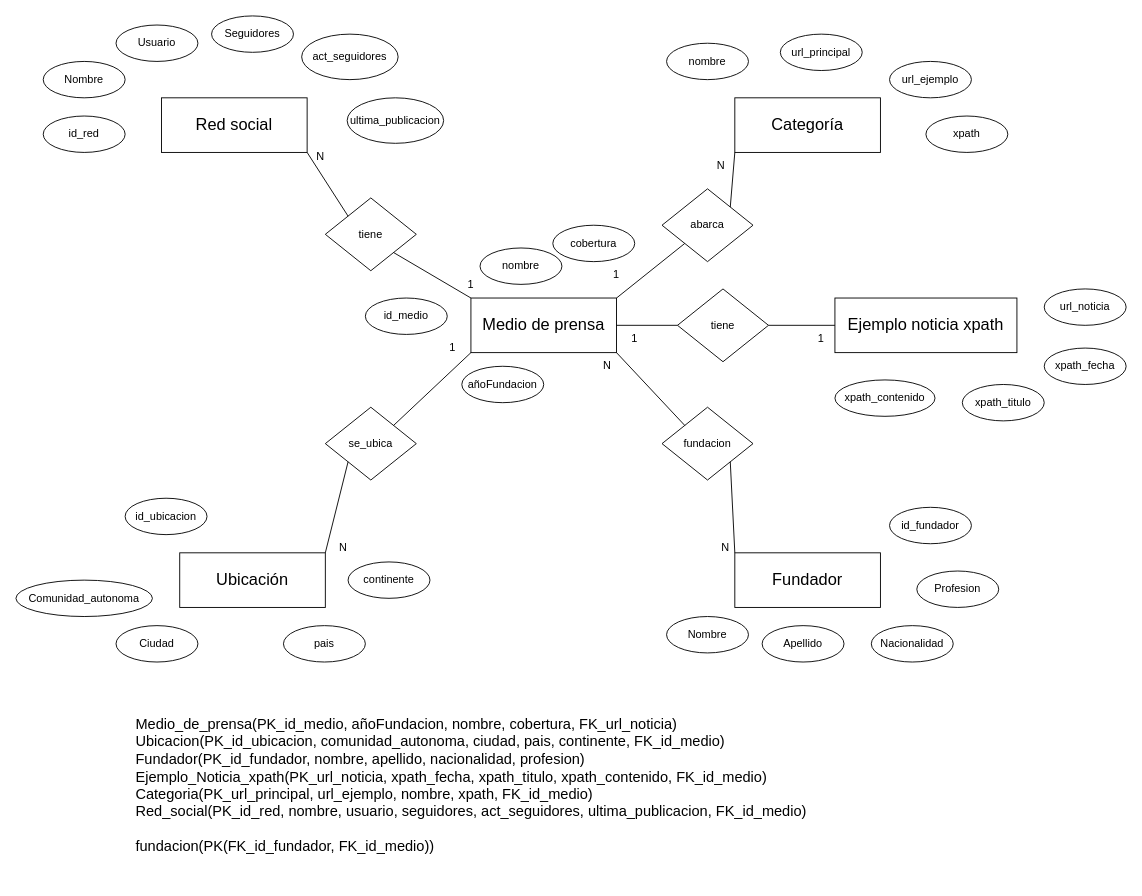
Before: Parte_A/Diagrama entidad-relacion.drawio in LuisPa197/INFO133-equipo01, a draw.io diagram. Source tidied: cells renumbered, new cells numbered last; positions are measured from the earlier drawing's top-left corner, leaving out a move shared by most shapes. Both pictures are drawn from the tidied source at 91%, with x=0, y=0 at pixel (15, 15).
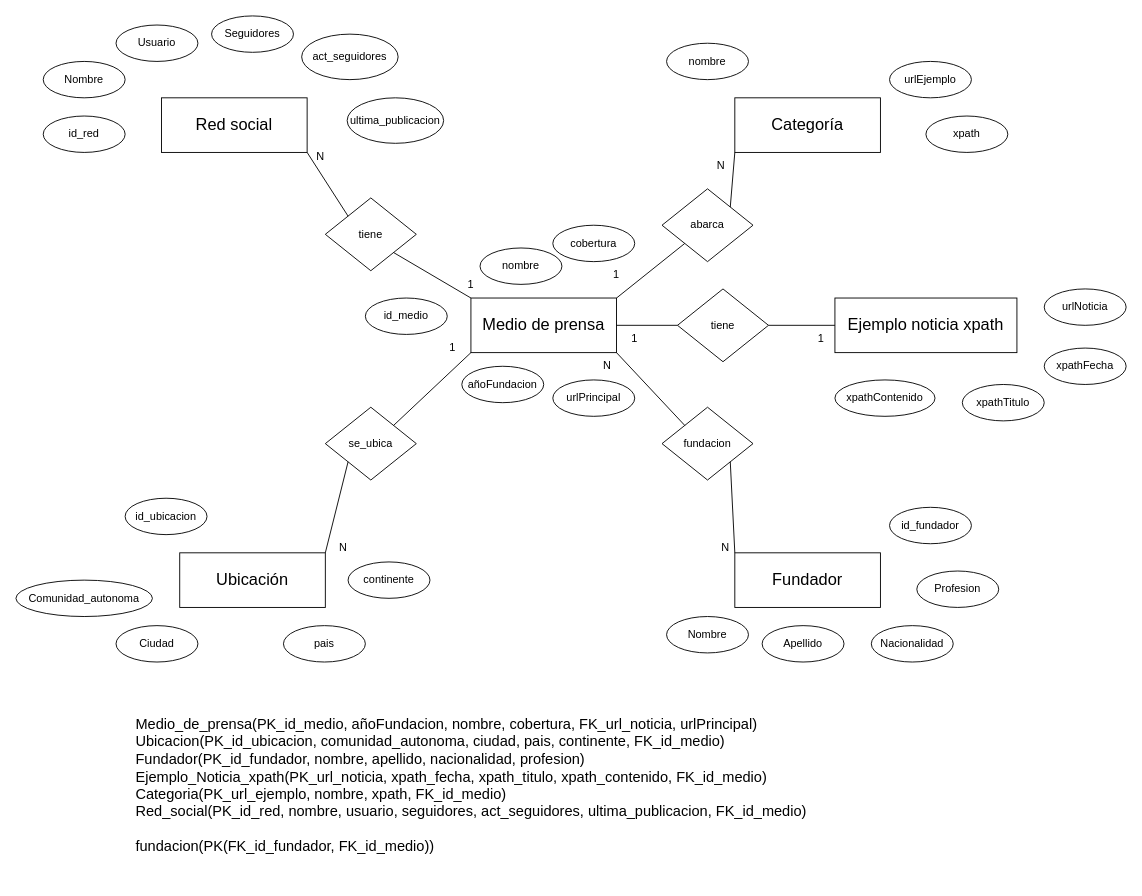
After the change.

What changed in the source:
```diff
@@
-    <mxCell id="26" value="url_principal" style="ellipse;whiteSpace=wrap;html=1;" parent="1" vertex="1">
-      <mxGeometry x="840" y="20" width="90" height="40" as="geometry" />
+    <mxCell id="26" value="urlPrincipal" style="ellipse;whiteSpace=wrap;html=1;" parent="1" vertex="1">
+      <mxGeometry x="590" y="400" width="90" height="40" as="geometry" />
     </mxCell>
-    <mxCell id="27" value="url_ejemplo" style="ellipse;whiteSpace=wrap;html=1;" parent="1" vertex="1">
+    <mxCell id="27" value="urlEjemplo" style="ellipse;whiteSpace=wrap;html=1;" parent="1" vertex="1">
       <mxGeometry x="960" y="50" width="90" height="40" as="geometry" />
     </mxCell>
@@
-    <mxCell id="47" value="url_noticia" style="ellipse;whiteSpace=wrap;html=1;" parent="1" vertex="1">
+    <mxCell id="47" value="urlNoticia" style="ellipse;whiteSpace=wrap;html=1;" parent="1" vertex="1">
       <mxGeometry x="1130" y="300" width="90" height="40" as="geometry" />
     </mxCell>
-    <mxCell id="48" value="xpath_fecha" style="ellipse;whiteSpace=wrap;html=1;" parent="1" vertex="1">
+    <mxCell id="48" value="xpathFecha" style="ellipse;whiteSpace=wrap;html=1;" parent="1" vertex="1">
       <mxGeometry x="1130" y="365" width="90" height="40" as="geometry" />
     </mxCell>
-    <mxCell id="49" value="xpath_titulo" style="ellipse;whiteSpace=wrap;html=1;" parent="1" vertex="1">
+    <mxCell id="49" value="xpathTitulo" style="ellipse;whiteSpace=wrap;html=1;" parent="1" vertex="1">
       <mxGeometry x="1040" y="405" width="90" height="40" as="geometry" />
     </mxCell>
-    <mxCell id="50" value="xpath_contenido" style="ellipse;whiteSpace=wrap;html=1;" parent="1" vertex="1">
+    <mxCell id="50" value="xpathContenido" style="ellipse;whiteSpace=wrap;html=1;" parent="1" vertex="1">
       <mxGeometry x="900" y="400" width="110" height="40" as="geometry" />
     </mxCell>
@@
-    <mxCell id="61" value="&lt;div style=&quot;text-align: left;&quot;&gt;&lt;span style=&quot;font-size: medium; background-color: initial;&quot;&gt;Medio_de_prensa(PK_id_medio, añoFundacion, nombre, cobertura, FK_url_noticia)&lt;/span&gt;&lt;/div&gt;&lt;font size=&quot;3&quot;&gt;&lt;div style=&quot;text-align: left;&quot;&gt;&lt;span style=&quot;background-color: initial;&quot;&gt;Ubicacion(PK_id_ubicacion, comunidad_autonoma, ciudad, pais, continente, FK_id_medio)&lt;/span&gt;&lt;/div&gt;&lt;div style=&quot;text-align: left;&quot;&gt;&lt;span style=&quot;background-color: initial;&quot;&gt;Fundador(PK_id_fundador, nombre, apellido, nacionalidad, profesion)&lt;/span&gt;&lt;/div&gt;&lt;div style=&quot;text-align: left;&quot;&gt;Ejemplo_Noticia_xpath(PK_url_noticia, xpath_fecha, xpath_titulo, xpath_contenido, FK_id_medio)&lt;/div&gt;&lt;div style=&quot;text-align: left;&quot;&gt;Categoria(PK_url_principal, url_ejemplo, nombre, xpath, FK_id_medio)&lt;/div&gt;&lt;div style=&quot;text-align: left;&quot;&gt;Red_social(PK_id_red, nombre, usuario, seguidores, act_seguidores, ultima_publicacion, FK_id_medio)&lt;/div&gt;&lt;div style=&quot;text-align: left;&quot;&gt;&lt;br&gt;&lt;/div&gt;&lt;div style=&quot;text-align: left;&quot;&gt;fundacion(PK(FK_id_fundador, FK_id_medio))&lt;/div&gt;&lt;br&gt;&lt;/font&gt;" style="text;html=1;align=center;verticalAlign=middle;strokeColor=none;fillColor=none;" parent="1" vertex="1">
+    <mxCell id="61" value="&lt;div style=&quot;text-align: left;&quot;&gt;&lt;span style=&quot;font-size: medium; background-color: initial;&quot;&gt;Medio_de_prensa(PK_id_medio, añoFundacion, nombre, cobertura, FK_url_noticia, urlPrincipal)&lt;/span&gt;&lt;/div&gt;&lt;font size=&quot;3&quot;&gt;&lt;div style=&quot;text-align: left;&quot;&gt;&lt;span style=&quot;background-color: initial;&quot;&gt;Ubicacion(PK_id_ubicacion, comunidad_autonoma, ciudad, pais, continente, FK_id_medio)&lt;/span&gt;&lt;/div&gt;&lt;div style=&quot;text-align: left;&quot;&gt;&lt;span style=&quot;background-color: initial;&quot;&gt;Fundador(PK_id_fundador, nombre, apellido, nacionalidad, profesion)&lt;/span&gt;&lt;/div&gt;&lt;div style=&quot;text-align: left;&quot;&gt;Ejemplo_Noticia_xpath(PK_url_noticia, xpath_fecha, xpath_titulo, xpath_contenido, FK_id_medio)&lt;/div&gt;&lt;div style=&quot;text-align: left;&quot;&gt;Categoria(PK_url_ejemplo, nombre, xpath, FK_id_medio)&lt;/div&gt;&lt;div style=&quot;text-align: left;&quot;&gt;Red_social(PK_id_red, nombre, usuario, seguidores, act_seguidores, ultima_publicacion, FK_id_medio)&lt;/div&gt;&lt;div style=&quot;text-align: left;&quot;&gt;&lt;br&gt;&lt;/div&gt;&lt;div style=&quot;text-align: left;&quot;&gt;fundacion(PK(FK_id_fundador, FK_id_medio))&lt;/div&gt;&lt;br&gt;&lt;/font&gt;" style="text;html=1;align=center;verticalAlign=middle;strokeColor=none;fillColor=none;" parent="1" vertex="1">
       <mxGeometry x="120" y="760" width="760" height="190" as="geometry" />
     </mxCell>
```
